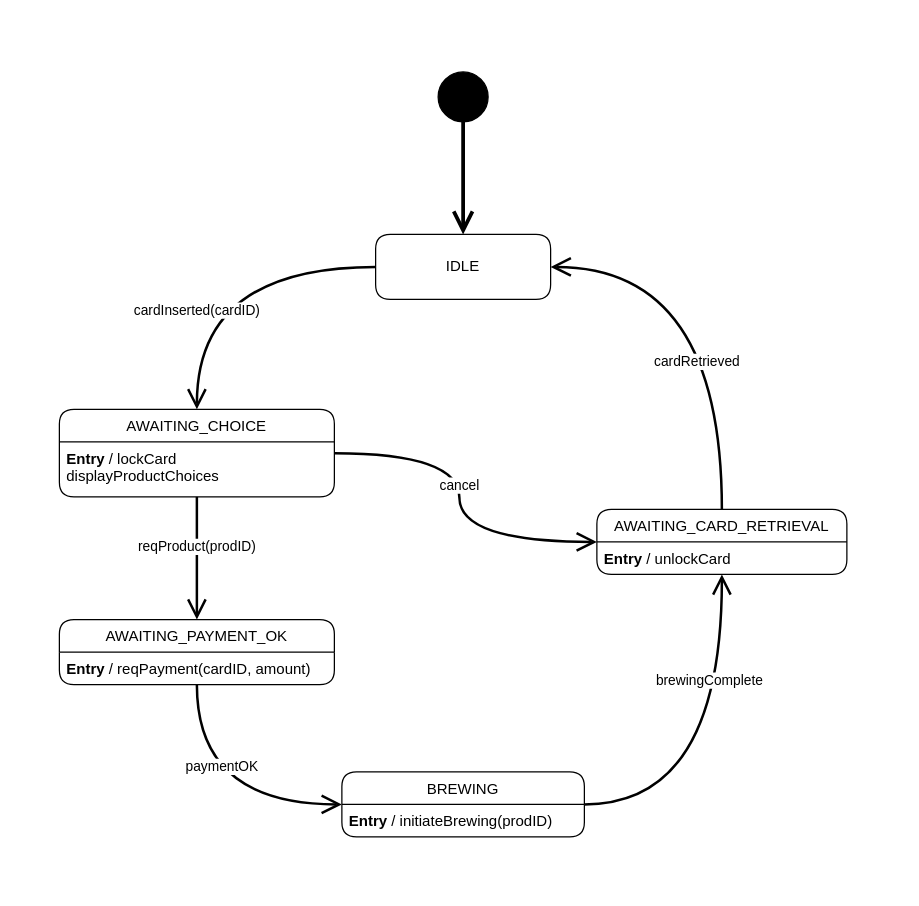
Earlier version of the draw.io diagram page "State Machine" (1 of 2) of figs/Kaffeautomat_diagrammer.drawio (ISE-Gruppe-37/Opgave-B). Source tidied: cells renumbered, new cells numbered last; positions are measured from the earlier drawing's top-left corner, leaving out a move shared by most shapes. Both pictures are drawn from the tidied source at 125%, with x=0, y=0 at pixel (59, 71).
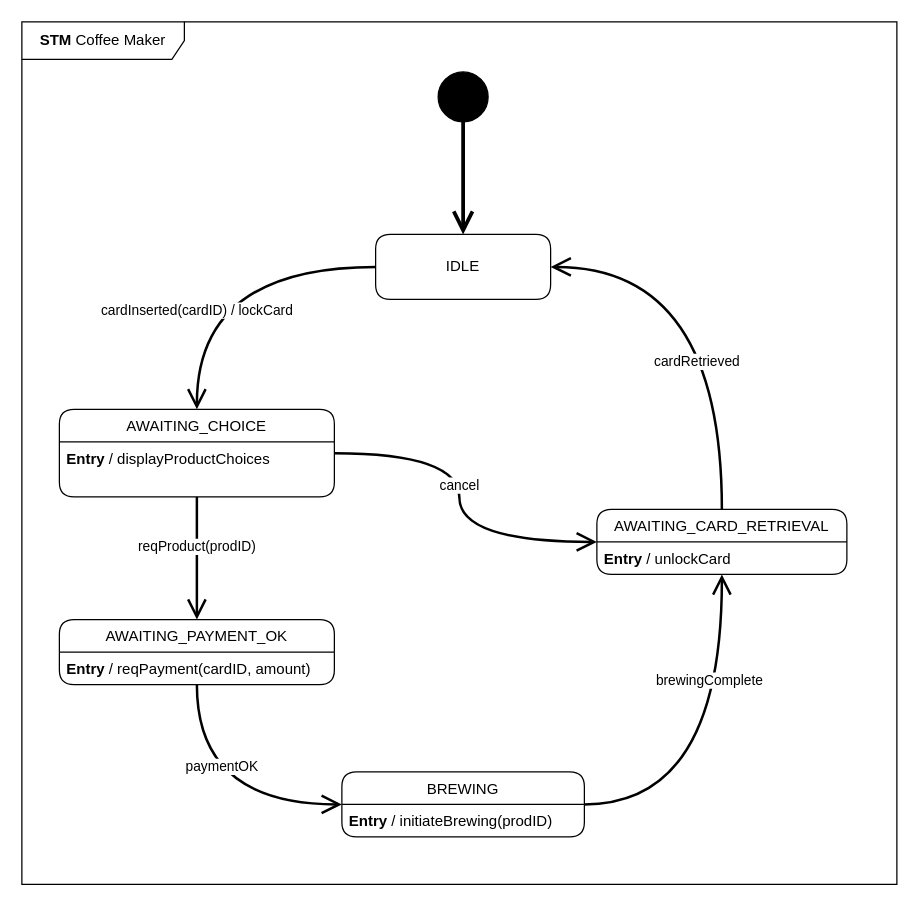
After the change.

The change refers to these unchanged cells:
```xml
<mxCell id="2" value="IDLE" style="swimlane;fontStyle=0;horizontal=1;startSize=26;fillColor=none;swimlaneLine=0;rounded=1;perimeterSpacing=0;strokeWidth=1;glass=0;verticalAlign=middle;spacing=2;spacingTop=24;" parent="1" vertex="1">
  <mxGeometry x="253" y="130" width="140" height="52" as="geometry" />
</mxCell>
<mxCell id="3" value="AWAITING_CHOICE" style="swimlane;fontStyle=0;horizontal=1;startSize=26;fillColor=none;swimlaneLine=1;rounded=1;perimeterSpacing=0;strokeWidth=1;glass=0;" parent="1" vertex="1">
  <mxGeometry y="270" width="220" height="70" as="geometry" />
</mxCell>
```

Diff of the diagram source:
```diff
@@
-    <mxCell id="4" value="&lt;b&gt;Entry&lt;/b&gt; / lockCard&lt;br&gt;displayProductChoices" style="text;strokeColor=none;fillColor=none;align=left;verticalAlign=top;spacingLeft=4;spacingRight=4;overflow=hidden;html=1;" parent="3" vertex="1">
+    <mxCell id="4" value="&lt;b&gt;Entry&lt;/b&gt; / displayProductChoices" style="text;strokeColor=none;fillColor=none;align=left;verticalAlign=top;spacingLeft=4;spacingRight=4;overflow=hidden;html=1;" parent="3" vertex="1">
       <mxGeometry y="26" width="220" height="44" as="geometry" />
     </mxCell>
@@
-    <mxCell id="12" value="cardInserted(cardID)" style="edgeStyle=orthogonalEdgeStyle;html=1;endArrow=open;endSize=12;strokeWidth=2;verticalAlign=bottom;curved=1;" parent="1" edge="1" source="2" target="3">
+    <mxCell id="12" value="cardInserted(cardID) / lockCard" style="edgeStyle=orthogonalEdgeStyle;html=1;endArrow=open;endSize=12;strokeWidth=2;verticalAlign=bottom;curved=1;" parent="1" edge="1" source="2" target="3">
       <mxGeometry x="0.11" y="44" relative="1" as="geometry">
         <mxPoint x="-44" y="44" as="offset" />
       </mxGeometry>
     </mxCell>
@@
+    <mxCell id="19" value="&lt;b&gt;STM&lt;/b&gt; Coffee Maker" style="shape=umlFrame;whiteSpace=wrap;html=1;width=130;height=30;strokeWidth=1;" parent="1" vertex="1">
+      <mxGeometry x="-30" y="-40" width="700" height="690" as="geometry" />
+    </mxCell>
```
